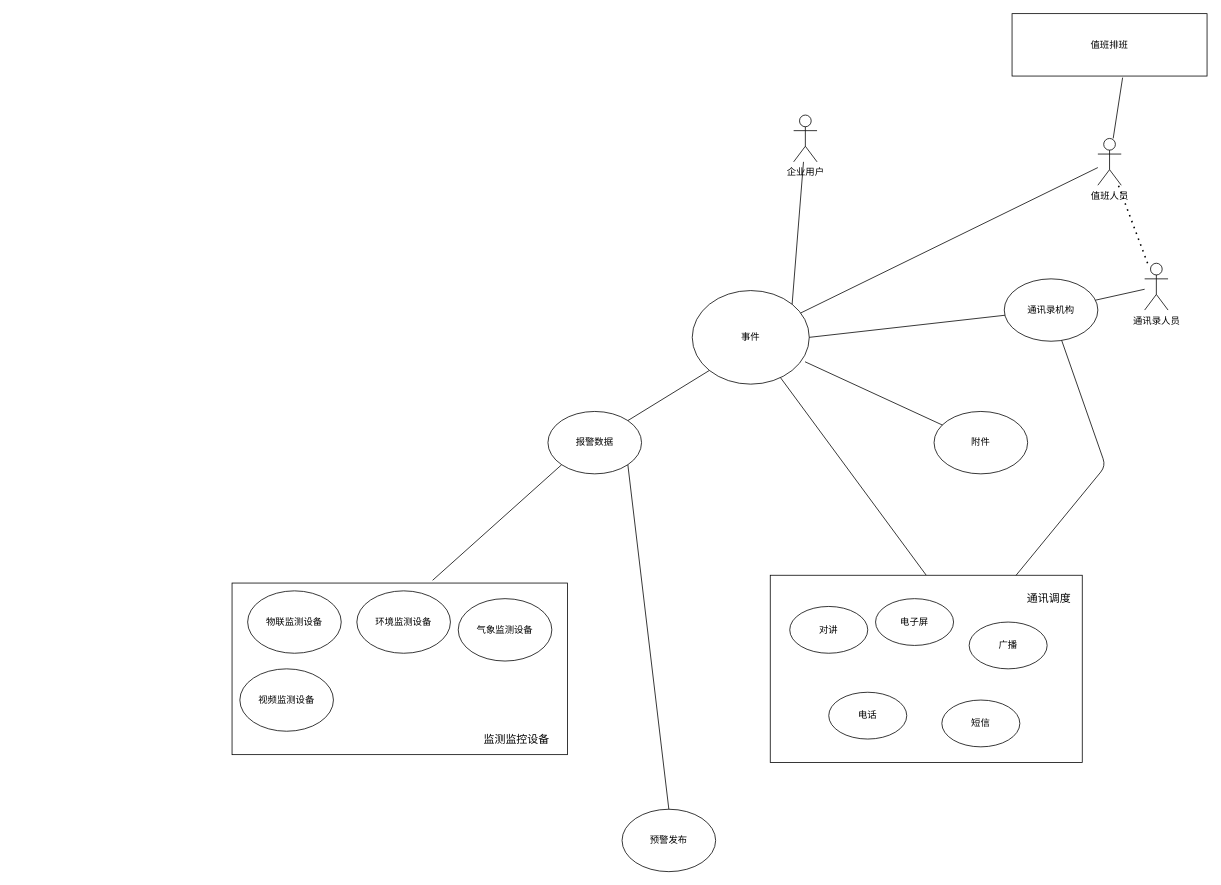
hejinxu/docverter keeps this draw.io diagram as page "信息接报数据关联分析" (1 of 3) of 数据关联分析.drawio. Above is the earlier version. Source tidied: cells renumbered, new cells numbered last; positions are measured from the earlier drawing's top-left corner, leaving out a move shared by most shapes. Both pictures are drawn from the tidied source at 78%, with x=0, y=0 at pixel (232, 13).
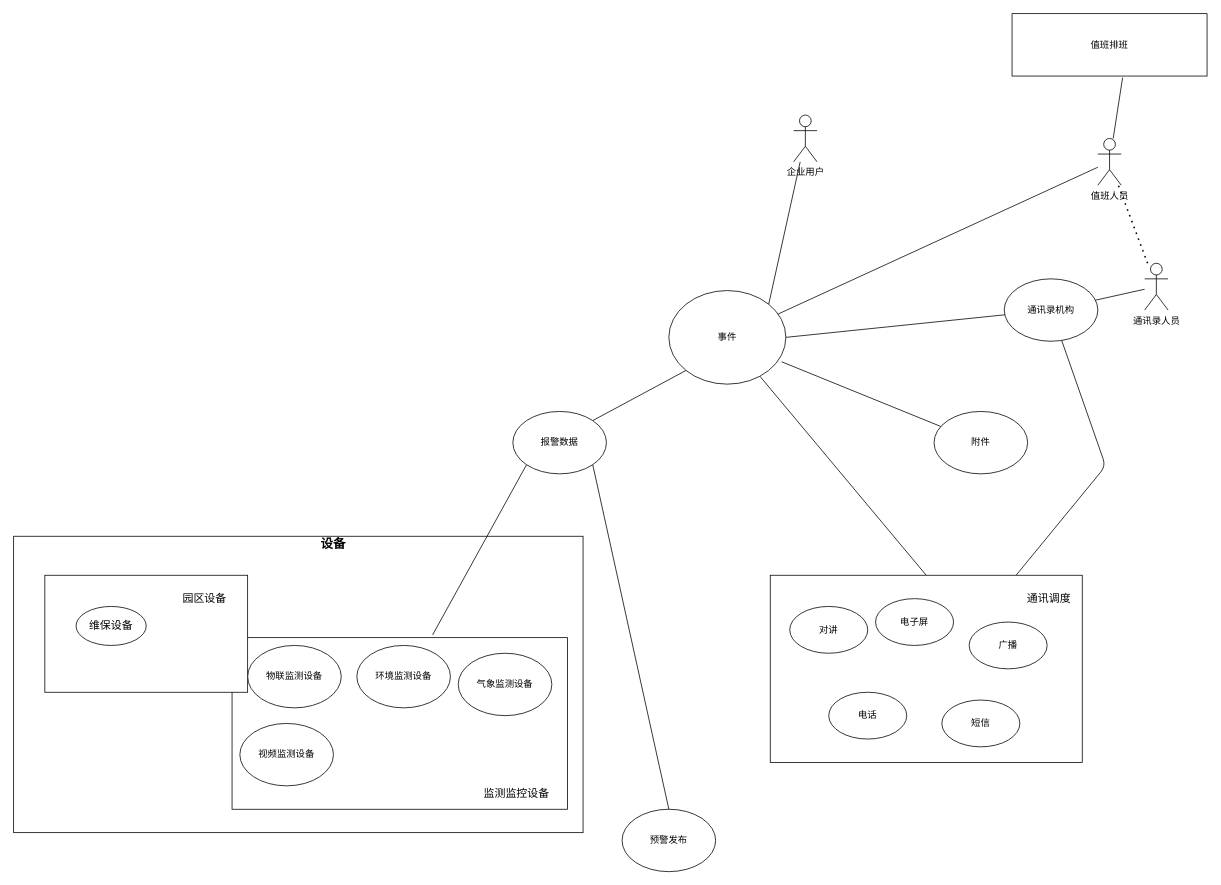
Above is the later version.

Commit message:
Update 数据关联分析.drawio

What changed in the source:
```diff
@@
+    <mxCell id="38" style="rounded=0;whiteSpace=wrap;html=1;fontSize=14;" parent="1" vertex="1">
+      <mxGeometry x="-280" y="670" width="730" height="380" as="geometry" />
+    </mxCell>
     <mxCell id="2" value="事件" style="ellipse;whiteSpace=wrap;html=1;" parent="1" vertex="1">
-      <mxGeometry x="590" y="355" width="150" height="120" as="geometry" />
+      <mxGeometry x="560" y="355" width="150" height="120" as="geometry" />
     </mxCell>
@@
-    <mxCell id="15" style="group;" parent="1" vertex="1">
+    <mxCell id="15" style="group;fontSize=18;" parent="1" vertex="1">
       <mxGeometry x="690" y="720" width="400" height="240" as="geometry" />
     </mxCell>
@@
     <mxCell id="23" style="group;" parent="1" vertex="1">
-      <mxGeometry y="730" width="430" height="220" as="geometry" />
+      <mxGeometry y="800" width="430" height="220" as="geometry" />
     </mxCell>
@@
     <mxCell id="30" value="报警数据" style="ellipse;whiteSpace=wrap;html=1;" parent="1" vertex="1">
-      <mxGeometry x="405" y="510" width="120" height="80" as="geometry" />
+      <mxGeometry x="360" y="510" width="120" height="80" as="geometry" />
     </mxCell>
@@
+    <mxCell id="39" style="rounded=0;whiteSpace=wrap;html=1;fontSize=14;" parent="1" vertex="1">
+      <mxGeometry x="-240" y="720" width="260" height="150" as="geometry" />
+    </mxCell>
+    <mxCell id="40" value="园区设备" style="text;html=1;strokeColor=none;fillColor=none;align=center;verticalAlign=middle;whiteSpace=wrap;rounded=0;fontSize=14;" parent="1" vertex="1">
+      <mxGeometry x="-70" y="740" width="70" height="20" as="geometry" />
+    </mxCell>
+    <mxCell id="41" value="维保设备" style="ellipse;whiteSpace=wrap;html=1;fontSize=14;" parent="1" vertex="1">
+      <mxGeometry x="-200" y="760" width="90" height="50" as="geometry" />
+    </mxCell>
+    <mxCell id="42" value="设备" style="text;html=1;strokeColor=none;fillColor=none;align=center;verticalAlign=middle;whiteSpace=wrap;rounded=0;fontSize=16;fontStyle=1;" parent="1" vertex="1">
+      <mxGeometry x="110" y="670" width="40" height="20" as="geometry" />
+    </mxCell>
```
